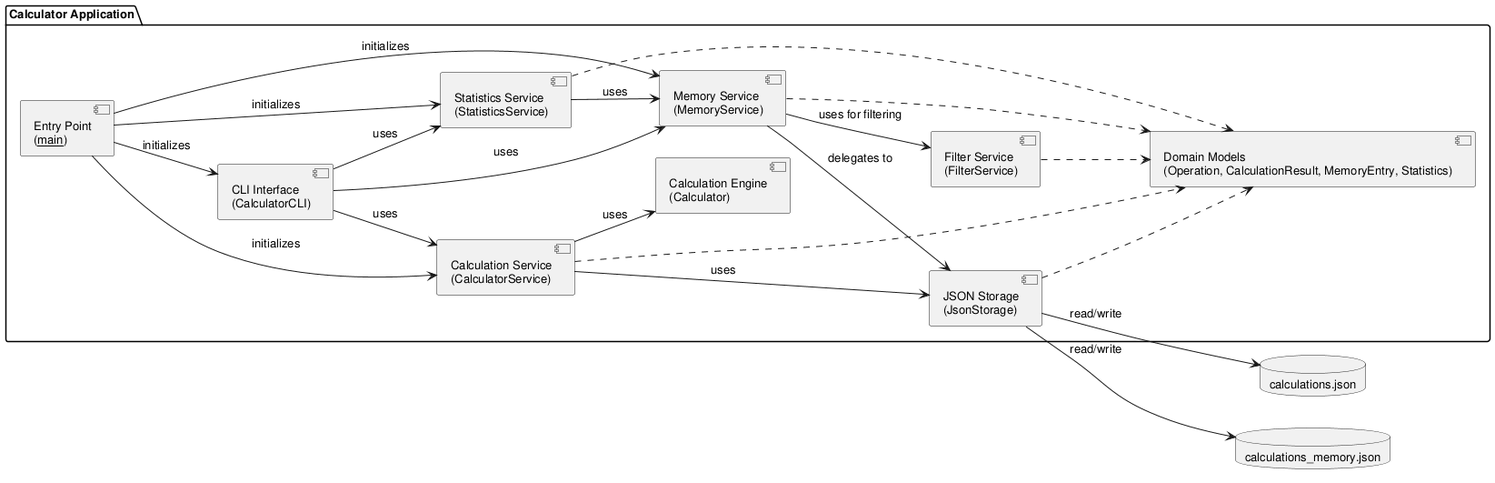
Before: experiments/broadcast/user_stories/calculator/artifacts/component_diagram.png, a diagram exported from PlantUML (DanielRiha8906/Software_autoevolution_using_agents).
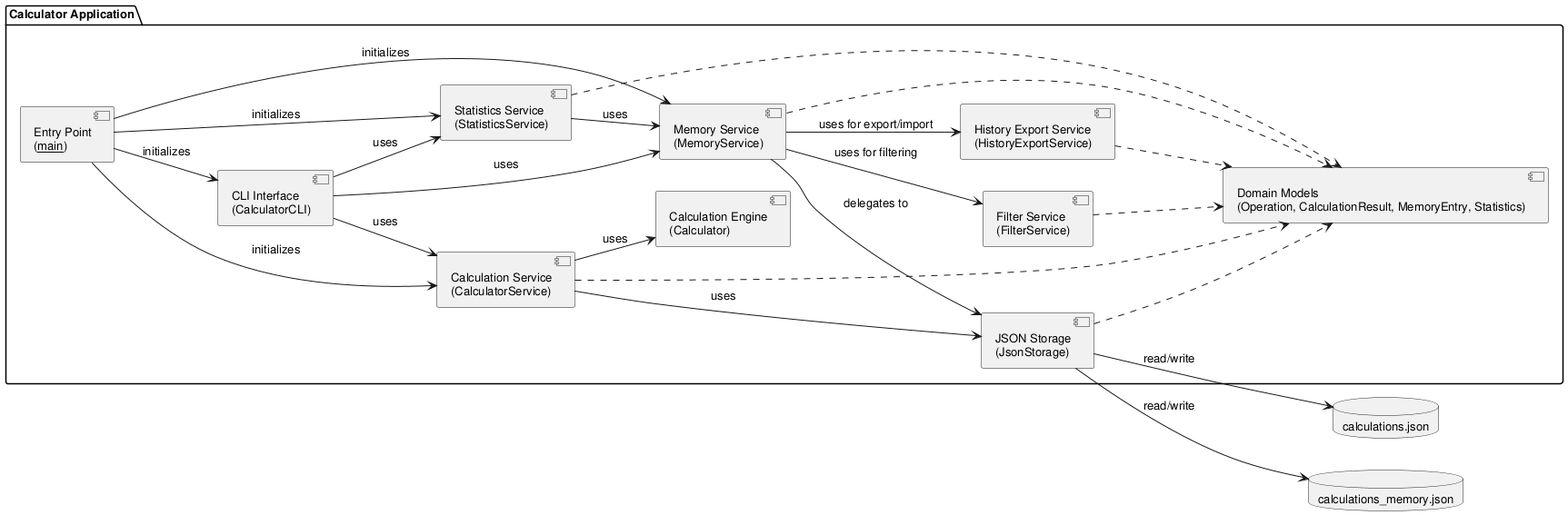
The same file after the commit.

Diff of the diagram source:
```diff
@@ -12,6 +12,7 @@
     component "Memory Service\n(MemoryService)" as MemService
     component "Statistics Service\n(StatisticsService)" as StatSvc
     component "Filter Service\n(FilterService)" as FilterSvc
+    component "History Export Service\n(HistoryExportService)" as ExportSvc
     component "Calculation Engine\n(Calculator)" as Calc
     component "JSON Storage\n(JsonStorage)" as Store
     component "Domain Models\n(Operation, CalculationResult, MemoryEntry, Statistics)" as Models
@@ -28,11 +29,13 @@
     Service --> Store : uses
     MemService --> Store : delegates to
     MemService --> FilterSvc : uses for filtering
+    MemService --> ExportSvc : uses for export/import
     StatSvc --> MemService : uses
 
     Service ..> Models
     MemService ..> Models
     FilterSvc ..> Models
+    ExportSvc ..> Models
     StatSvc ..> Models
     Store ..> Models
 }
```
